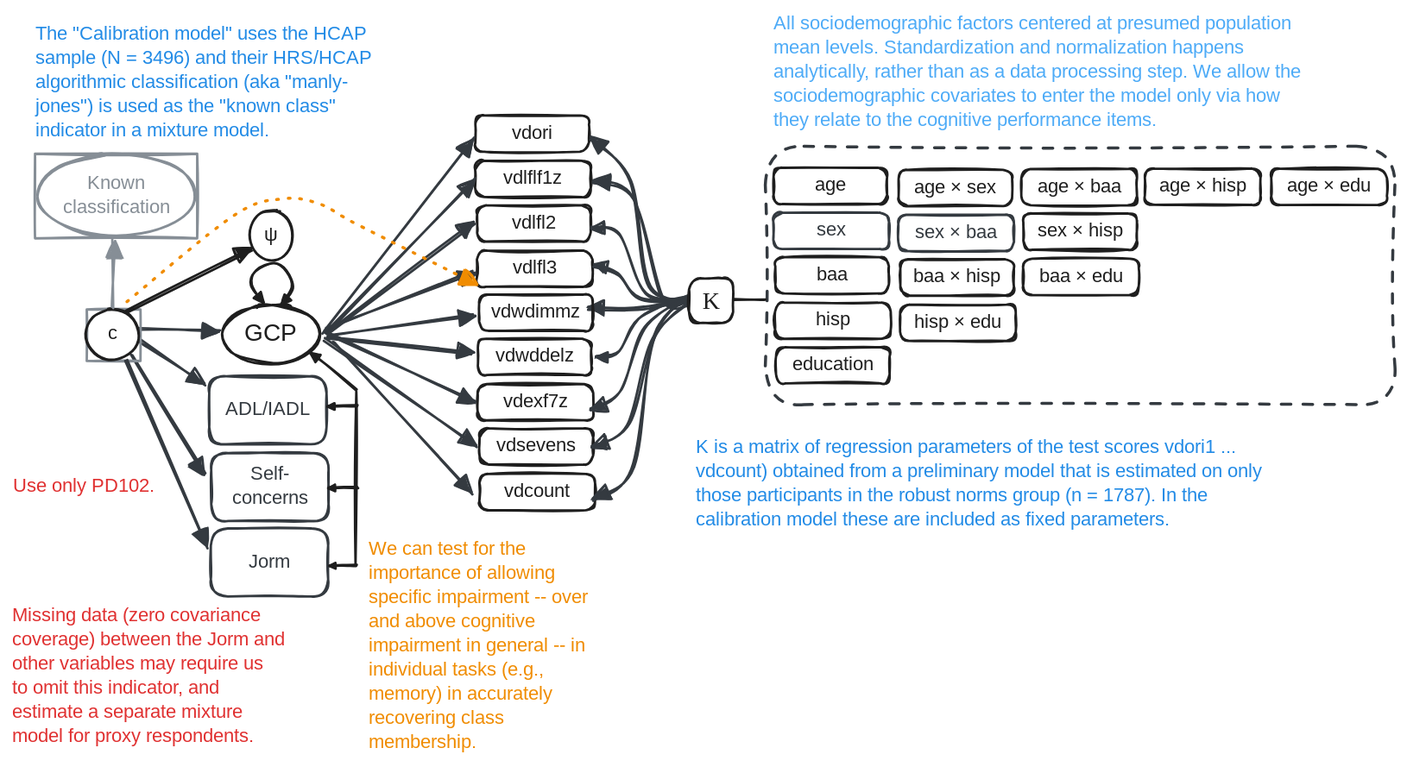
Earlier version of the Excalidraw export R/excalidraw/PMM-011-Calibration_Model.excalidraw.svg (dougtommet/HRS_cog_classification). Source tidied: one line per element, renumbered; positions are measured from the earlier drawing's top-left corner, leaving out a move shared by most shapes.
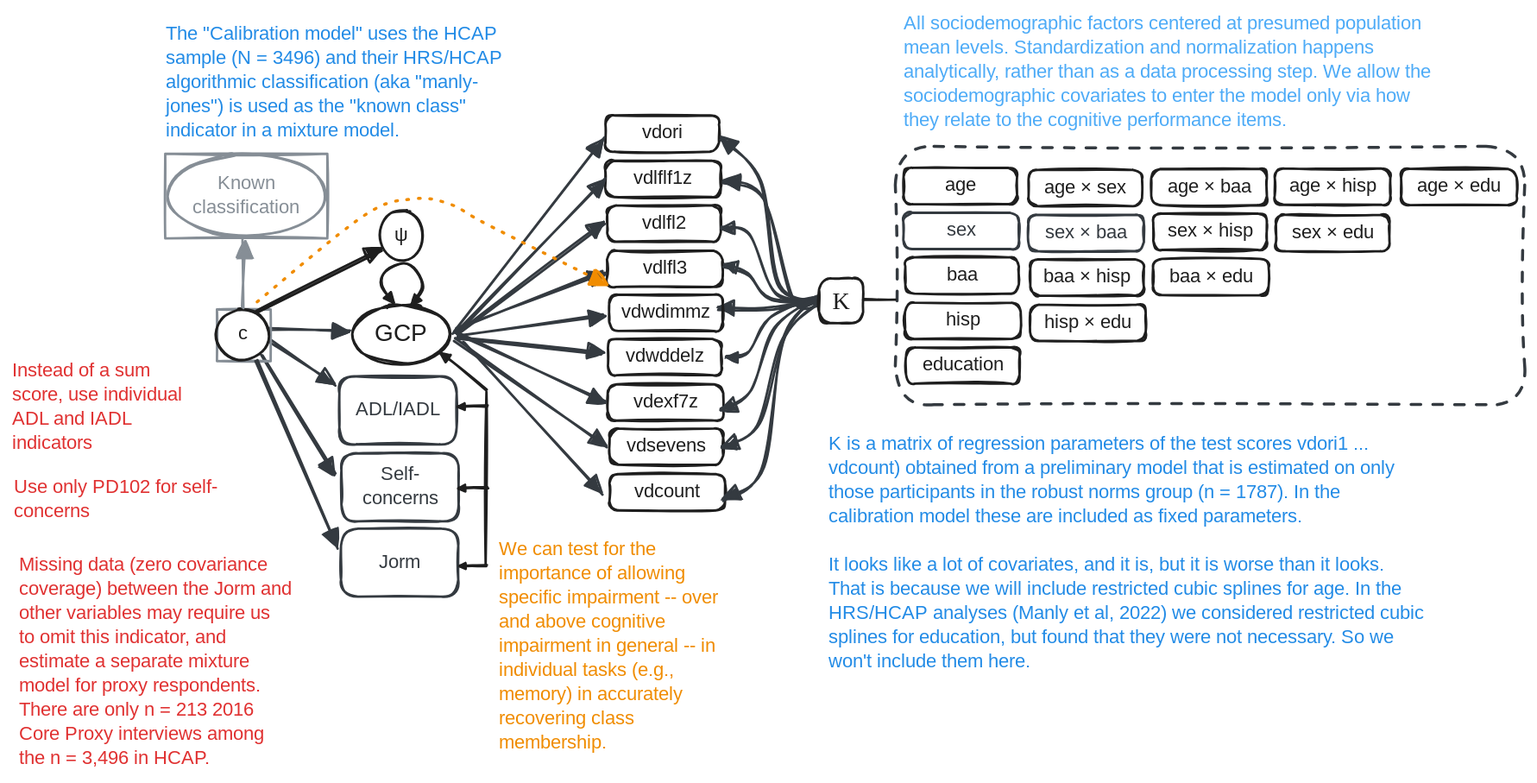
After the change.

Diff of the diagram source:
```diff
@@ -95,9 +95,12 @@
 {"id": 94, "type": "arrow", "strokeColor": "#1e1e1e", "strokeWidth": 2, "roughness": 1, "endArrowhead": "triangle", "round": true, "x": 286, "y": 393, "width": 24, "height": 1, "points": [[0, 0], [-11, 0], [-24, 1]]}
 {"id": 95, "type": "arrow", "strokeColor": "#1e1e1e", "strokeWidth": 2, "roughness": 1, "endArrowhead": "triangle", "round": true, "x": 286, "y": 326, "width": 24, "height": 1, "points": [[0, 0], [-11, 0], [-24, 1]]}
 {"id": 96, "type": "arrow", "strokeColor": "#f08c00", "strokeWidth": 2, "strokeStyle": "dotted", "roughness": 1, "endArrowhead": "triangle", "round": true, "from": 64, "to": 88, "x": 95, "y": 240, "width": 289, "height": 87, "points": [[0, 0], [88, -71], [129, -87], [159, -81], [192, -65], [289, -15]]}
-{"id": 97, "type": "text", "text": "Use only PD102.", "strokeColor": "#e03131", "strokeWidth": 2, "strokeStyle": "dotted", "roughness": 1, "fontSize": 16, "fontFamily": 5, "x": 0, "y": 383, "width": 129, "height": 20}
+{"id": 97, "type": "text", "text": "Use only PD102 for self-\nconcerns", "strokeColor": "#e03131", "strokeWidth": 2, "strokeStyle": "dotted", "roughness": 1, "fontSize": 16, "fontFamily": 5, "x": -107, "y": 383, "width": 197, "height": 40}
+{"id": 103, "type": "text", "text": "Instead of a sum\nscore, use individual\nADL and IADL\nindicators", "strokeColor": "#e03131", "strokeWidth": 2, "strokeStyle": "dotted", "roughness": 1, "fontSize": 16, "fontFamily": 5, "x": -108, "y": 287, "width": 185, "height": 80}
-{"id": 98, "type": "text", "text": "Missing data (zero covariance\ncoverage) between the Jorm and\nother variables may require us\nto omit this indicator, and\nestimate a separate mixture\nmodel for proxy respondents.", "strokeColor": "#e03131", "strokeWidth": 2, "strokeStyle": "dotted", "roughness": 1, "fontSize": 16, "fontFamily": 5, "x": 0, "y": 490, "width": 256, "height": 120}
+{"id": 98, "type": "text", "text": "Missing data (zero covariance\ncoverage) between the Jorm and\nother variables may require us\nto omit this indicator, and\nestimate a separate mixture\nmodel for proxy respondents.\nThere are only n = 213 2016\nCore Proxy interviews among\nthe n = 3,496 in HCAP.", "strokeColor": "#e03131", "strokeWidth": 2, "strokeStyle": "dotted", "roughness": 1, "fontSize": 16, "fontFamily": 5, "x": -102, "y": 448, "width": 254, "height": 180}
 {"id": 99, "type": "rectangle", "strokeColor": "#1e1e1e", "backgroundColor": "#ffffff", "fillStyle": "solid", "strokeWidth": 2, "roughness": 1, "round": true, "x": 560, "y": 220, "width": 36, "height": 37}
 {"id": 100, "type": "text", "text": "Κ", "strokeColor": "#1e1e1e", "strokeWidth": 2, "roughness": 1, "fontSize": 20, "fontFamily": 6, "textAlign": "center", "verticalAlign": "middle", "inside": 99, "x": 571, "y": 225, "width": 16, "height": 27}
 {"id": 101, "type": "line", "strokeColor": "#1e1e1e", "backgroundColor": "#ffffff", "fillStyle": "solid", "strokeWidth": 2, "roughness": 1, "round": true, "x": 623, "y": 238, "width": 26, "height": 0, "points": [[0, 0], [-26, 0]]}
-{"id": 102, "type": "text", "text": "Κ is a matrix of regression parameters of the test scores vdori1 ...\nvdcount) obtained from a preliminary model that is estimated on only\nthose participants in the robust norms group (n = 1787). In the\ncalibration model these are included as fixed parameters.", "strokeColor": "#228be6", "backgroundColor": "#ffffff", "fillStyle": "solid", "strokeWidth": 2, "roughness": 1, "fontSize": 16, "fontFamily": 5, "x": 566, "y": 351, "width": 568, "height": 80}
+{"id": 102, "type": "text", "text": "Κ is a matrix of regression parameters of the test scores vdori1 ...\nvdcount) obtained from a preliminary model that is estimated on only\nthose participants in the robust norms group (n = 1787). In the\ncalibration model these are included as fixed parameters.\n\nIt looks like a lot of covariates, and it is, but it is worse than it looks.\nThat is because we will include restricted cubic splines for age. In the\nHRS/HCAP analyses (Manly et al, 2022) we considered restricted cubic\nsplines for education, but found that they were not necessary. So we\nwon't include them here.", "strokeColor": "#228be6", "backgroundColor": "#ffffff", "fillStyle": "solid", "strokeWidth": 2, "roughness": 1, "fontSize": 16, "fontFamily": 5, "x": 568, "y": 348, "width": 568, "height": 200}
+{"id": 104, "type": "rectangle", "strokeColor": "#1e1e1e", "strokeWidth": 2, "roughness": 1, "round": true, "x": 938, "y": 168, "width": 94, "height": 30}
+{"id": 105, "type": "text", "text": "sex × edu", "strokeColor": "#1e1e1e", "strokeWidth": 2, "roughness": 1, "fontSize": 16, "fontFamily": 5, "textAlign": "center", "verticalAlign": "middle", "inside": 104, "x": 948, "y": 173, "width": 75, "height": 20}
```
